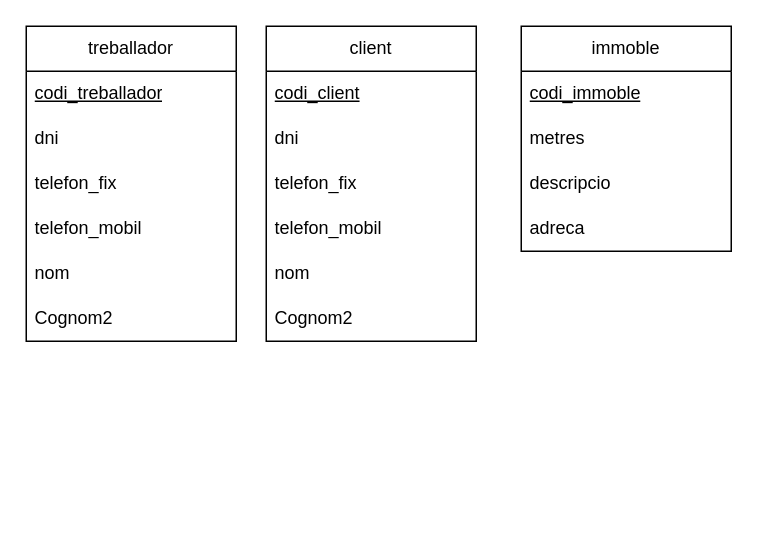
The draw.io diagram practicas(2).drawio in victor06-git/Progam_with_Victor, before the edit. Source tidied: cells renumbered, new cells numbered last; positions are measured from the earlier drawing's top-left corner, leaving out a move shared by most shapes. Both pictures are drawn from the tidied source at 150%, with x=0, y=0 at pixel (26, 26).
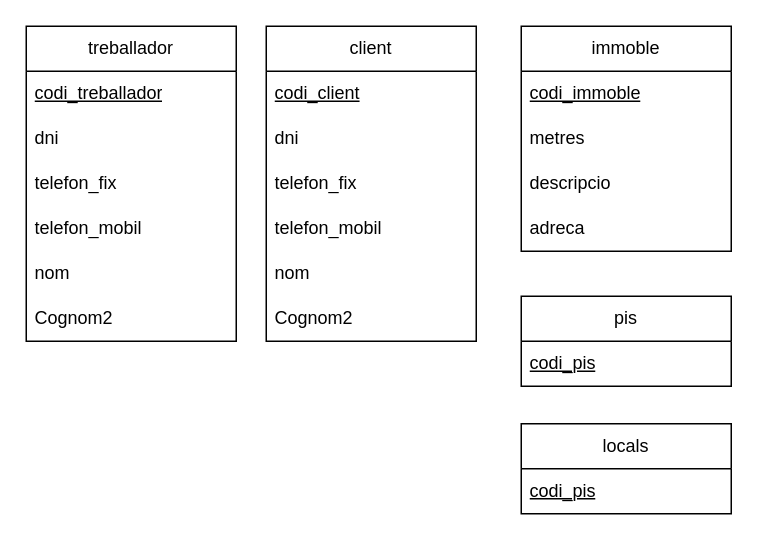
After the change.

What changed in the source:
```diff
@@
+    <mxCell id="21" value="pis" style="swimlane;fontStyle=0;horizontal=1;startSize=30;whiteSpace=wrap;html=1;" parent="1" vertex="1">
+      <mxGeometry x="330" y="180" width="140" height="60" as="geometry" />
+    </mxCell>
+    <mxCell id="22" value="&lt;u&gt;codi_pis&lt;/u&gt;" style="text;strokeColor=none;fillColor=none;align=left;verticalAlign=middle;spacingLeft=4;spacingRight=4;overflow=hidden;whiteSpace=wrap;html=1;" parent="21" vertex="1">
+      <mxGeometry y="30" width="140" height="30" as="geometry" />
+    </mxCell>
+    <mxCell id="23" value="locals" style="swimlane;fontStyle=0;horizontal=1;startSize=30;whiteSpace=wrap;html=1;" parent="1" vertex="1">
+      <mxGeometry x="330" y="265" width="140" height="60" as="geometry" />
+    </mxCell>
+    <mxCell id="24" value="&lt;u&gt;codi_pis&lt;/u&gt;" style="text;strokeColor=none;fillColor=none;align=left;verticalAlign=middle;spacingLeft=4;spacingRight=4;overflow=hidden;whiteSpace=wrap;html=1;" parent="23" vertex="1">
+      <mxGeometry y="30" width="140" height="30" as="geometry" />
+    </mxCell>
```
